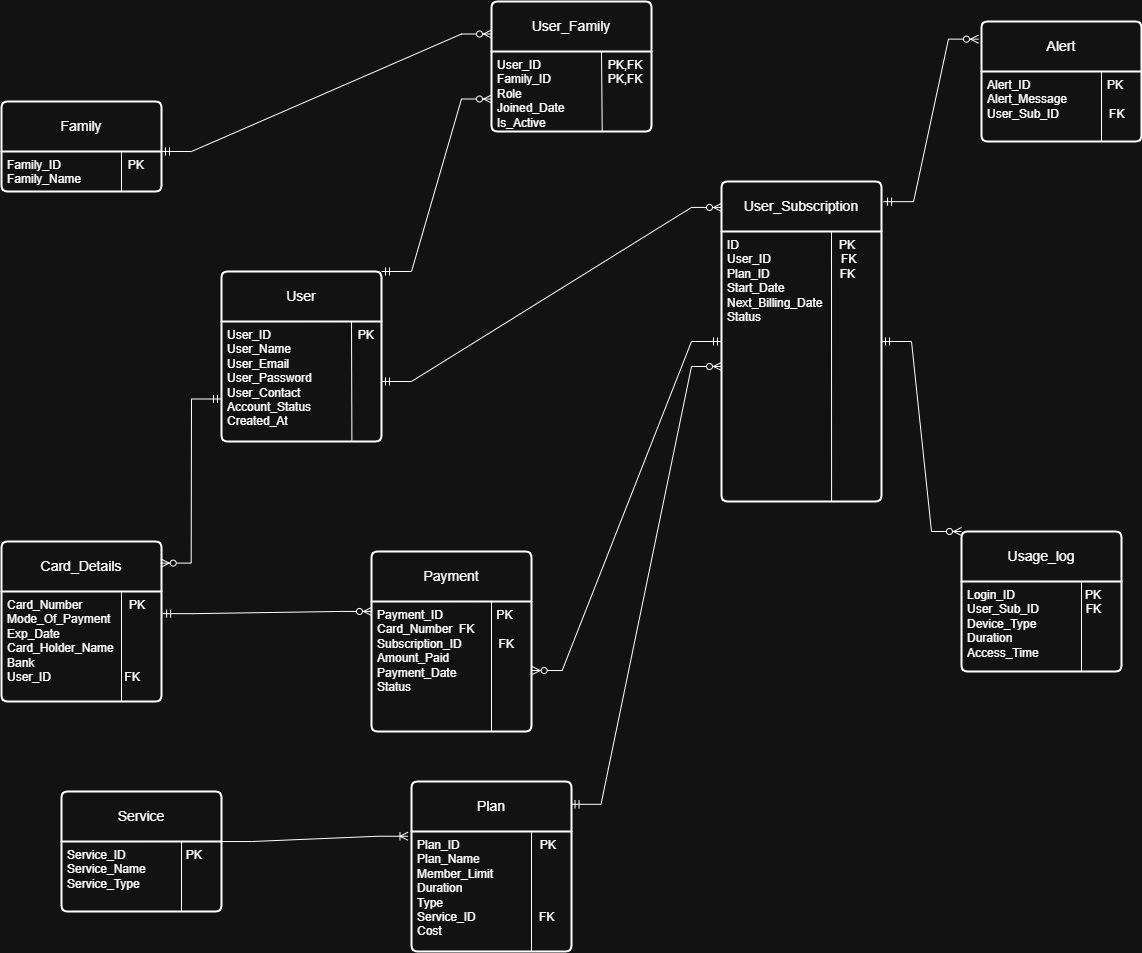
Before: DBPROJECT.drawio.png, a diagram exported from draw.io (karr-ar/Database-Project). Source tidied: cells renumbered, new cells last; positions are measured from the earlier drawing's top-left corner, leaving out a move shared by most shapes.
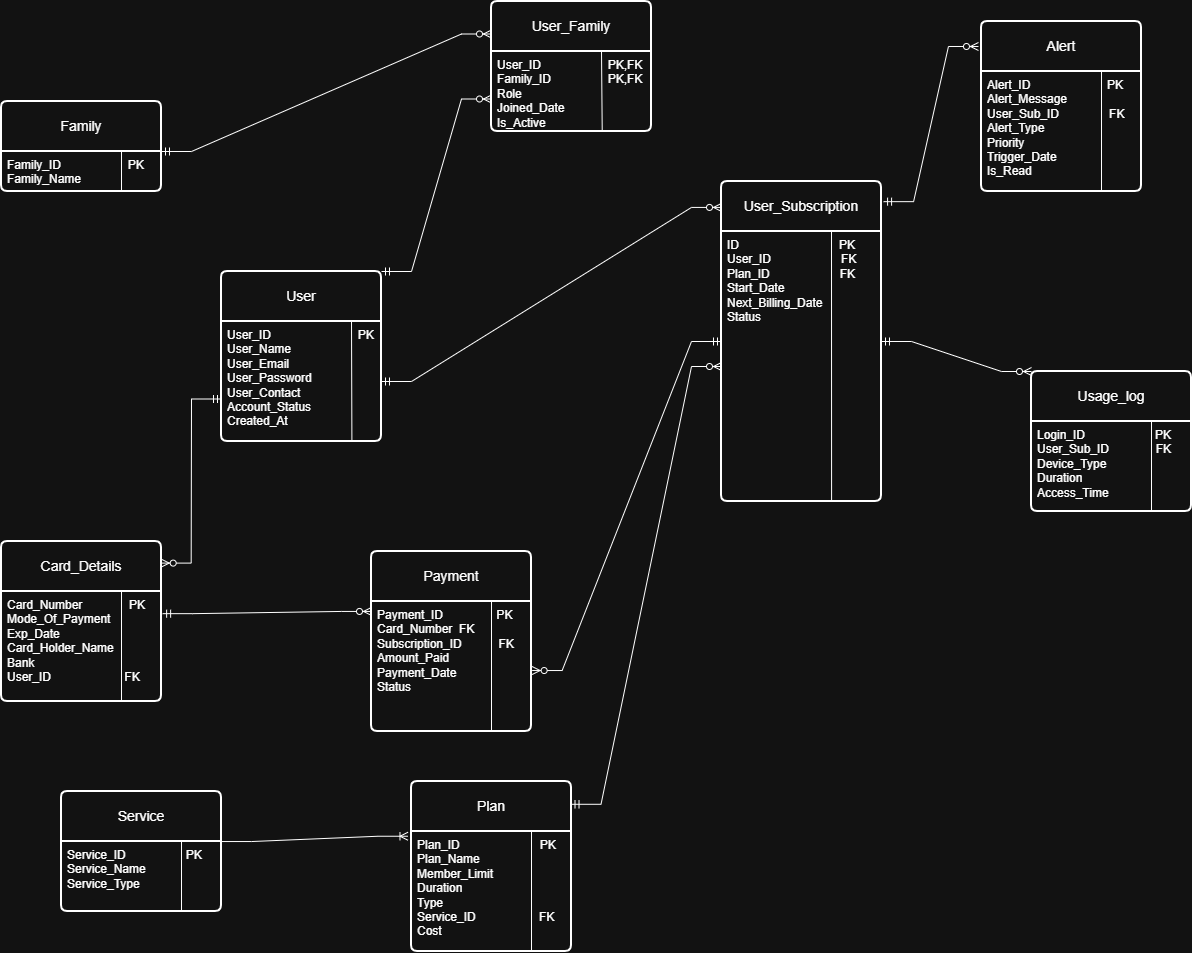
After the change.

Change to the diagram source:
```diff
@@ -94,7 +94,7 @@
       <mxGeometry relative="1" as="geometry" />
     </mxCell>
     <mxCell id="27" value="Usage_log" style="swimlane;horizontal=1;startSize=50;rounded=1;fontSize=14;fontStyle=0;strokeWidth=2;shadow=0;dashed=0;align=center;arcSize=4;whiteSpace=wrap;html=1;" parent="1" vertex="1">
-      <mxGeometry x="960" y="530" width="160" height="140" as="geometry" />
+      <mxGeometry x="1030" y="370" width="160" height="140" as="geometry" />
     </mxCell>
     <mxCell id="28" value="Login_ID&amp;nbsp; &amp;nbsp; &amp;nbsp; &amp;nbsp; &amp;nbsp; &amp;nbsp; &amp;nbsp; &amp;nbsp; &amp;nbsp; &amp;nbsp; &amp;nbsp;PK&lt;div&gt;User_Sub_ID&amp;nbsp; &amp;nbsp; &amp;nbsp; &amp;nbsp; &amp;nbsp; &amp;nbsp; &amp;nbsp; FK&lt;/div&gt;&lt;div&gt;Device_Type&lt;/div&gt;&lt;div&gt;Duration&lt;/div&gt;&lt;div&gt;Access_Time&lt;/div&gt;" style="align=left;strokeColor=none;fillColor=none;spacingLeft=4;spacingRight=4;fontSize=12;verticalAlign=top;html=1;whiteSpace=wrap;" parent="27" vertex="1">
       <mxGeometry y="50" width="160" height="90" as="geometry" />
@@ -103,10 +103,10 @@
       <mxGeometry relative="1" as="geometry" />
     </mxCell>
     <mxCell id="30" value="Alert" style="swimlane;horizontal=1;startSize=50;rounded=1;fontSize=14;fontStyle=0;strokeWidth=2;shadow=0;dashed=0;align=center;arcSize=4;whiteSpace=wrap;html=1;" parent="1" vertex="1">
-      <mxGeometry x="980" y="20" width="160" height="120" as="geometry" />
+      <mxGeometry x="980" y="20" width="160" height="170" as="geometry" />
     </mxCell>
-    <mxCell id="31" value="Alert_ID&amp;nbsp; &amp;nbsp; &amp;nbsp; &amp;nbsp; &amp;nbsp; &amp;nbsp; &amp;nbsp; &amp;nbsp; &amp;nbsp; &amp;nbsp; &amp;nbsp; &amp;nbsp;PK&lt;div&gt;Alert_Message&lt;/div&gt;&lt;div&gt;User_Sub_ID&amp;nbsp; &amp;nbsp; &amp;nbsp; &amp;nbsp; &amp;nbsp; &amp;nbsp; &amp;nbsp; &amp;nbsp;FK&lt;/div&gt;" style="align=left;strokeColor=none;fillColor=none;spacingLeft=4;spacingRight=4;fontSize=12;verticalAlign=top;html=1;whiteSpace=wrap;" parent="30" vertex="1">
-      <mxGeometry y="50" width="160" height="70" as="geometry" />
+    <mxCell id="31" value="Alert_ID&amp;nbsp; &amp;nbsp; &amp;nbsp; &amp;nbsp; &amp;nbsp; &amp;nbsp; &amp;nbsp; &amp;nbsp; &amp;nbsp; &amp;nbsp; &amp;nbsp; &amp;nbsp;PK&lt;div&gt;Alert_Message&lt;/div&gt;&lt;div&gt;User_Sub_ID&amp;nbsp; &amp;nbsp; &amp;nbsp; &amp;nbsp; &amp;nbsp; &amp;nbsp; &amp;nbsp; &amp;nbsp;FK&lt;/div&gt;&lt;div&gt;Alert_Type&lt;/div&gt;&lt;div&gt;Priority&lt;/div&gt;&lt;div&gt;Trigger_Date&lt;/div&gt;&lt;div&gt;Is_Read&lt;/div&gt;" style="align=left;strokeColor=none;fillColor=none;spacingLeft=4;spacingRight=4;fontSize=12;verticalAlign=top;html=1;whiteSpace=wrap;" parent="30" vertex="1">
+      <mxGeometry y="50" width="160" height="120" as="geometry" />
     </mxCell>
     <mxCell id="32" style="endArrow=none;html=1;rounded=0;entryX=0.75;entryY=0;entryDx=0;entryDy=0;exitX=0.75;exitY=1;exitDx=0;exitDy=0;" parent="30" edge="1" source="31" target="31">
       <mxGeometry relative="1" as="geometry" />
```
